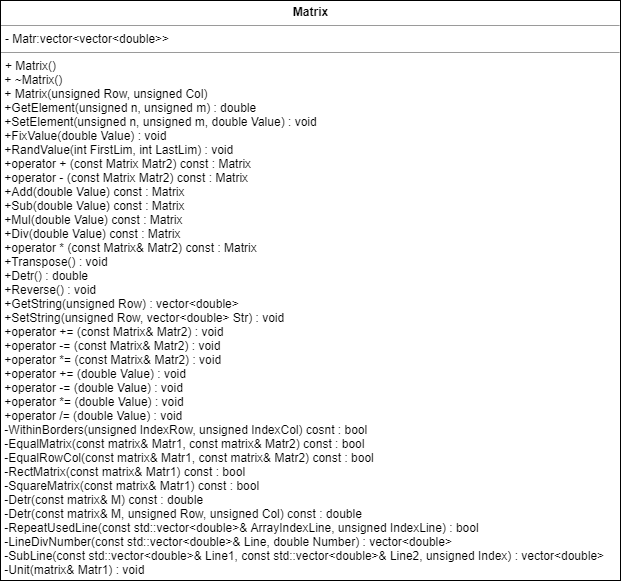
Before: Class_matrix.png, a diagram exported from draw.io (MAXXXYMIRON/OOP_second_task). Source tidied: cells renumbered, new cells last; positions are measured from the earlier drawing's top-left corner, leaving out a move shared by most shapes.
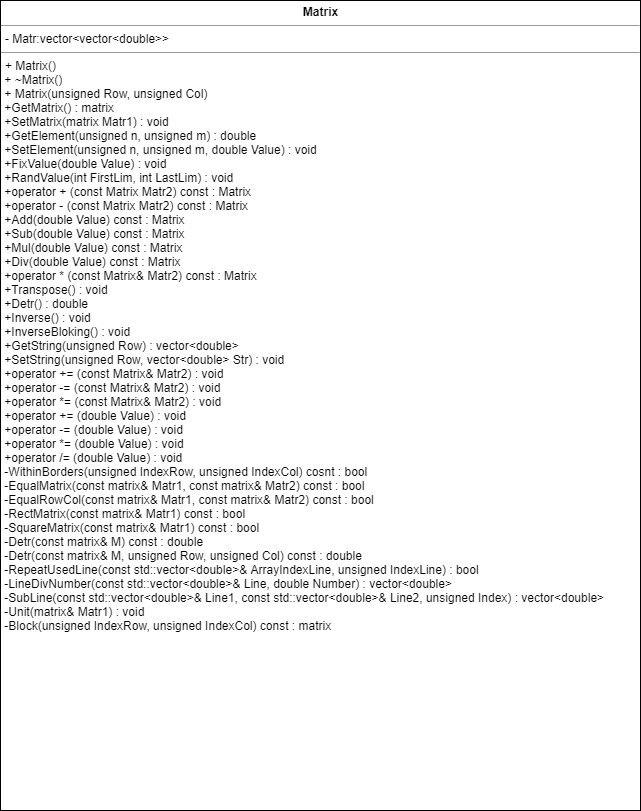
After the commit.

What changed in the source:
```diff
@@ -2,8 +2,8 @@
   <root>
     <mxCell id="0" />
     <mxCell id="1" parent="0" />
-    <mxCell id="2" value="&lt;p style=&quot;margin: 0px ; margin-top: 4px ; text-align: center&quot;&gt;&lt;b&gt;Matrix&lt;/b&gt;&lt;/p&gt;&lt;hr size=&quot;1&quot;&gt;&lt;p style=&quot;margin: 0px ; margin-left: 4px&quot;&gt;- Matr:vector&amp;lt;vector&amp;lt;double&amp;gt;&amp;gt;&lt;/p&gt;&lt;hr size=&quot;1&quot;&gt;&lt;p style=&quot;margin: 0px ; margin-left: 4px&quot;&gt;+ Matrix()&lt;/p&gt;&amp;nbsp;+ ~Matrix()&lt;br&gt;&amp;nbsp;+ Matrix(unsigned Row, unsigned Col)&lt;br&gt;&amp;nbsp;+GetElement(unsigned n, unsigned m) : double&lt;br&gt;&amp;nbsp;+SetElement(unsigned n, unsigned m, double Value) : void&lt;br&gt;&amp;nbsp;+FixValue(double Value) : void&lt;br&gt;&amp;nbsp;+RandValue(int FirstLim, int LastLim) : void&lt;br&gt;&amp;nbsp;+operator + (const Matrix Matr2) const : Matrix&lt;br&gt;&amp;nbsp;+operator - (const Matrix Matr2) const : Matrix&lt;br&gt;&amp;nbsp;+Add(double Value) const : Matrix&lt;br&gt;&amp;nbsp;+Sub(double Value) const : Matrix&lt;br&gt;&amp;nbsp;+Mul(double Value) const : Matrix&lt;br&gt;&amp;nbsp;+Div(double Value) const : Matrix&lt;br&gt;&amp;nbsp;+operator * (const Matrix&amp;amp; Matr2) const : Matrix&lt;br&gt;&amp;nbsp;+Transpose() : void&lt;br&gt;&amp;nbsp;+Detr() : double&lt;br&gt;&amp;nbsp;+Reverse() : void&lt;br&gt;&amp;nbsp;+GetString(unsigned Row) : vector&amp;lt;double&amp;gt;&lt;br&gt;&amp;nbsp;+SetString(unsigned Row, vector&amp;lt;double&amp;gt; Str) : void&lt;br&gt;&amp;nbsp;+operator += (const Matrix&amp;amp; Matr2) : void&lt;br&gt;&amp;nbsp;+operator -= (const Matrix&amp;amp; Matr2) : void&lt;br&gt;&amp;nbsp;+operator *= (const Matrix&amp;amp; Matr2) : void&lt;br&gt;&amp;nbsp;+operator += (double Value) : void&lt;br&gt;&amp;nbsp;+operator -= (double Value) : void&lt;br&gt;&amp;nbsp;+operator *= (double Value) : void&lt;br&gt;&amp;nbsp;+operator /= (double Value) : void&lt;br&gt;&amp;nbsp;-WithinBorders(unsigned IndexRow, unsigned IndexCol) cosnt : bool&lt;br&gt;&amp;nbsp;-EqualMatrix(const matrix&amp;amp; Matr1, const matrix&amp;amp; Matr2) const : bool&lt;br&gt;&amp;nbsp;-EqualRowCol(const matrix&amp;amp; Matr1, const matrix&amp;amp; Matr2) const : bool&lt;br&gt;&amp;nbsp;-RectMatrix(const matrix&amp;amp; Matr1) const : bool&lt;br&gt;&amp;nbsp;-SquareMatrix(const matrix&amp;amp; Matr1) const : bool&lt;br&gt;&amp;nbsp;-Detr(const matrix&amp;amp; M) const : double&lt;br&gt;&amp;nbsp;-Detr(const matrix&amp;amp; M, unsigned Row, unsigned Col) const : double&lt;br&gt;&amp;nbsp;-RepeatUsedLine(const std::vector&amp;lt;double&amp;gt;&amp;amp; ArrayIndexLine, unsigned IndexLine) : bool&lt;br&gt;&amp;nbsp;-LineDivNumber(const std::vector&amp;lt;double&amp;gt;&amp;amp; Line, double Number) : vector&amp;lt;double&amp;gt;&lt;br&gt;&amp;nbsp;-SubLine(const std::vector&amp;lt;double&amp;gt;&amp;amp; Line1, const std::vector&amp;lt;double&amp;gt;&amp;amp; Line2, unsigned Index) : vector&amp;lt;double&amp;gt;&lt;br&gt;&amp;nbsp;-Unit(matrix&amp;amp; Matr1) : void&lt;br&gt;&amp;nbsp;&lt;br&gt;&lt;br&gt;&amp;nbsp;" style="verticalAlign=top;align=left;overflow=fill;fontSize=12;fontFamily=Helvetica;html=1;" parent="1" vertex="1">
-      <mxGeometry width="620" height="580" as="geometry" />
+    <mxCell id="2" value="&lt;p style=&quot;margin: 0px ; margin-top: 4px ; text-align: center&quot;&gt;&lt;b&gt;Matrix&lt;/b&gt;&lt;/p&gt;&lt;hr size=&quot;1&quot;&gt;&lt;p style=&quot;margin: 0px ; margin-left: 4px&quot;&gt;- Matr:vector&amp;lt;vector&amp;lt;double&amp;gt;&amp;gt;&lt;/p&gt;&lt;hr size=&quot;1&quot;&gt;&lt;p style=&quot;margin: 0px ; margin-left: 4px&quot;&gt;+ Matrix()&lt;/p&gt;&amp;nbsp;+ ~Matrix()&lt;br&gt;&amp;nbsp;+ Matrix(unsigned Row, unsigned Col)&lt;br&gt;&amp;nbsp;+GetMatrix() : matrix&lt;br&gt;&amp;nbsp;+SetMatrix(matrix Matr1) : void&lt;br&gt;&amp;nbsp;+GetElement(unsigned n, unsigned m) : double&lt;br&gt;&amp;nbsp;+SetElement(unsigned n, unsigned m, double Value) : void&lt;br&gt;&amp;nbsp;+FixValue(double Value) : void&lt;br&gt;&amp;nbsp;+RandValue(int FirstLim, int LastLim) : void&lt;br&gt;&amp;nbsp;+operator + (const Matrix Matr2) const : Matrix&lt;br&gt;&amp;nbsp;+operator - (const Matrix Matr2) const : Matrix&lt;br&gt;&amp;nbsp;+Add(double Value) const : Matrix&lt;br&gt;&amp;nbsp;+Sub(double Value) const : Matrix&lt;br&gt;&amp;nbsp;+Mul(double Value) const : Matrix&lt;br&gt;&amp;nbsp;+Div(double Value) const : Matrix&lt;br&gt;&amp;nbsp;+operator * (const Matrix&amp;amp; Matr2) const : Matrix&lt;br&gt;&amp;nbsp;+Transpose() : void&lt;br&gt;&amp;nbsp;+Detr() : double&lt;br&gt;&amp;nbsp;+Inverse() : void&lt;br&gt;&amp;nbsp;+InverseBloking() : void&lt;br&gt;&amp;nbsp;+GetString(unsigned Row) : vector&amp;lt;double&amp;gt;&lt;br&gt;&amp;nbsp;+SetString(unsigned Row, vector&amp;lt;double&amp;gt; Str) : void&lt;br&gt;&amp;nbsp;+operator += (const Matrix&amp;amp; Matr2) : void&lt;br&gt;&amp;nbsp;+operator -= (const Matrix&amp;amp; Matr2) : void&lt;br&gt;&amp;nbsp;+operator *= (const Matrix&amp;amp; Matr2) : void&lt;br&gt;&amp;nbsp;+operator += (double Value) : void&lt;br&gt;&amp;nbsp;+operator -= (double Value) : void&lt;br&gt;&amp;nbsp;+operator *= (double Value) : void&lt;br&gt;&amp;nbsp;+operator /= (double Value) : void&lt;br&gt;&amp;nbsp;-WithinBorders(unsigned IndexRow, unsigned IndexCol) cosnt : bool&lt;br&gt;&amp;nbsp;-EqualMatrix(const matrix&amp;amp; Matr1, const matrix&amp;amp; Matr2) const : bool&lt;br&gt;&amp;nbsp;-EqualRowCol(const matrix&amp;amp; Matr1, const matrix&amp;amp; Matr2) const : bool&lt;br&gt;&amp;nbsp;-RectMatrix(const matrix&amp;amp; Matr1) const : bool&lt;br&gt;&amp;nbsp;-SquareMatrix(const matrix&amp;amp; Matr1) const : bool&lt;br&gt;&amp;nbsp;-Detr(const matrix&amp;amp; M) const : double&lt;br&gt;&amp;nbsp;-Detr(const matrix&amp;amp; M, unsigned Row, unsigned Col) const : double&lt;br&gt;&amp;nbsp;-RepeatUsedLine(const std::vector&amp;lt;double&amp;gt;&amp;amp; ArrayIndexLine, unsigned IndexLine) : bool&lt;br&gt;&amp;nbsp;-LineDivNumber(const std::vector&amp;lt;double&amp;gt;&amp;amp; Line, double Number) : vector&amp;lt;double&amp;gt;&lt;br&gt;&amp;nbsp;-SubLine(const std::vector&amp;lt;double&amp;gt;&amp;amp; Line1, const std::vector&amp;lt;double&amp;gt;&amp;amp; Line2, unsigned Index) : vector&amp;lt;double&amp;gt;&lt;br&gt;&amp;nbsp;-Unit(matrix&amp;amp; Matr1) : void&lt;br&gt;&amp;nbsp;-Block(unsigned IndexRow, unsigned IndexCol) const : matrix&lt;br&gt;&amp;nbsp;&lt;br&gt;&lt;br&gt;&amp;nbsp;" style="verticalAlign=top;align=left;overflow=fill;fontSize=12;fontFamily=Helvetica;html=1;" parent="1" vertex="1">
+      <mxGeometry width="640" height="810" as="geometry" />
     </mxCell>
   </root>
 </mxGraphModel>
```
